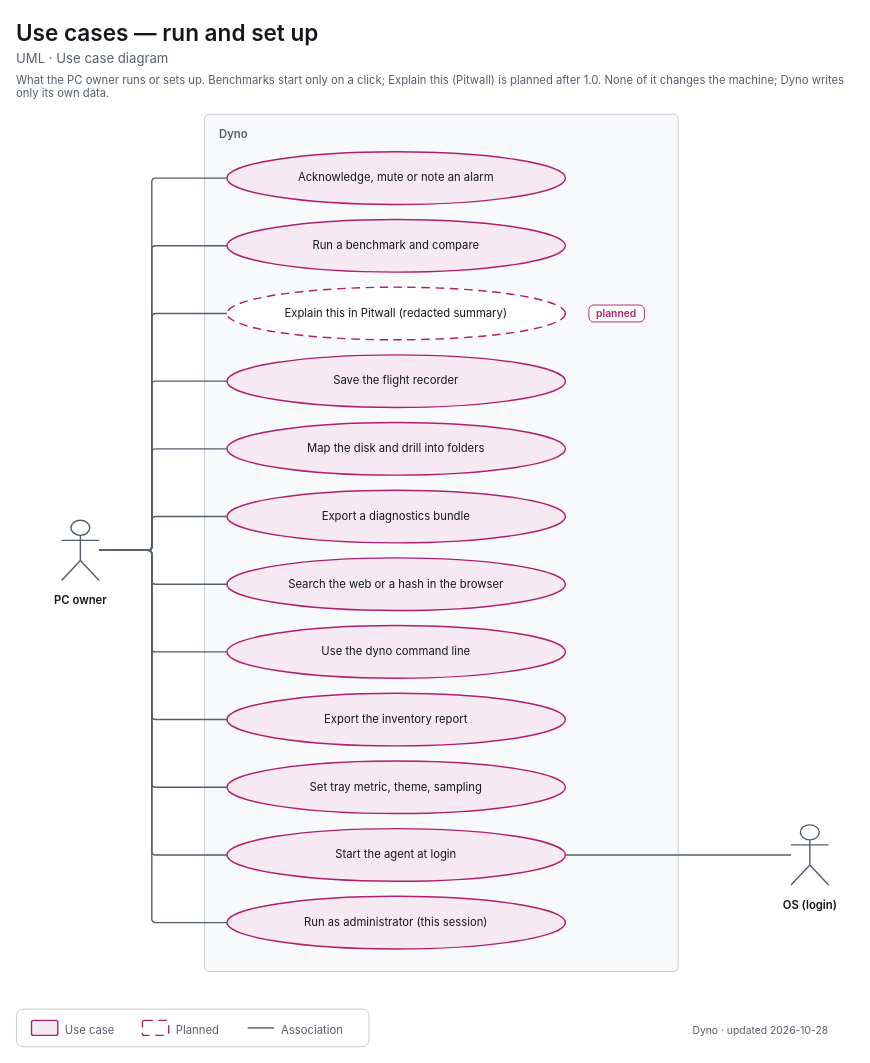
This is apps/dyno/diagrams/uml-use-cases-setup.drawio from decryp7/paddock, a draw.io file, before an edit. Source tidied: cells renumbered, new cells numbered last; positions are measured from the earlier drawing's top-left corner, leaving out a move shared by most shapes. Both pictures are drawn from the tidied source at 94%, with x=0, y=0 at pixel (16, 16).
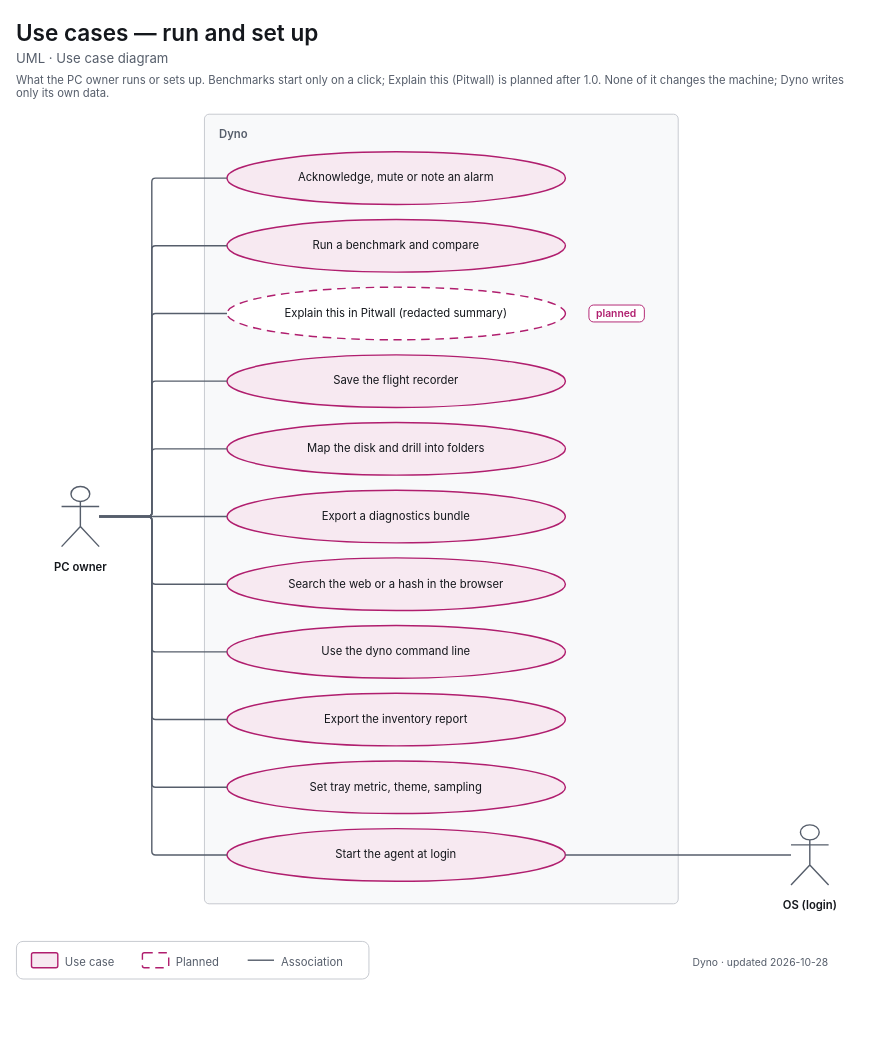
The same page after the edit.

The change refers to these unchanged cells:
```xml
<mxCell id="6" value="&lt;span style=&quot;font-size:12px&quot;&gt;Acknowledge, mute or note an alarm&lt;/span&gt;" style="html=1;whiteSpace=wrap;fontFamily=-apple-system,BlinkMacSystemFont,Segoe UI,system-ui,sans-serif;fontSize=12;fontColor=light-dark(#14171C,#ECEEF1);ellipse;strokeWidth=1.5;strokeColor=light-dark(#B01E6E,#F063A8);fillColor=light-dark(#F7E9F1,#382332);align=center;verticalAlign=middle;spacingLeft=28;spacingRight=28;" parent="1" vertex="1">
  <mxGeometry x="224" y="144" width="360" height="56" as="geometry" />
</mxCell>
<mxCell id="7" value="&lt;span style=&quot;font-size:12px&quot;&gt;Run a benchmark and compare&lt;/span&gt;" style="html=1;whiteSpace=wrap;fontFamily=-apple-system,BlinkMacSystemFont,Segoe UI,system-ui,sans-serif;fontSize=12;fontColor=light-dark(#14171C,#ECEEF1);ellipse;strokeWidth=1.5;strokeColor=light-dark(#B01E6E,#F063A8);fillColor=light-dark(#F7E9F1,#382332);align=center;verticalAlign=middle;spacingLeft=28;spacingRight=28;" parent="1" vertex="1">
  <mxGeometry x="224" y="216" width="360" height="56" as="geometry" />
</mxCell>
<mxCell id="8" value="&lt;span style=&quot;font-size:12px&quot;&gt;Explain this in Pitwall (redacted summary)&lt;/span&gt;" style="html=1;whiteSpace=wrap;fontFamily=-apple-system,BlinkMacSystemFont,Segoe UI,system-ui,sans-serif;fontSize=12;fontColor=light-dark(#14171C,#ECEEF1);ellipse;strokeWidth=1.5;strokeColor=light-dark(#B01E6E,#F063A8);fillColor=light-dark(#FFFFFF,#15171B);dashed=1;dashPattern=6 4;align=center;verticalAlign=middle;spacingLeft=28;spacingRight=28;" parent="1" vertex="1">
  <mxGeometry x="224" y="288" width="360" height="56" as="geometry" />
</mxCell>
<mxCell id="10" value="&lt;span style=&quot;font-size:12px&quot;&gt;Save the flight recorder&lt;/span&gt;" style="html=1;whiteSpace=wrap;fontFamily=-apple-system,BlinkMacSystemFont,Segoe UI,system-ui,sans-serif;fontSize=12;fontColor=light-dark(#14171C,#ECEEF1);ellipse;strokeWidth=1.5;strokeColor=light-dark(#B01E6E,#F063A8);fillColor=light-dark(#F7E9F1,#382332);align=center;verticalAlign=middle;spacingLeft=28;spacingRight=28;" parent="1" vertex="1">
  <mxGeometry x="224" y="360" width="360" height="56" as="geometry" />
</mxCell>
<mxCell id="11" value="&lt;span style=&quot;font-size:12px&quot;&gt;Map the disk and drill into folders&lt;/span&gt;" style="html=1;whiteSpace=wrap;fontFamily=-apple-system,BlinkMacSystemFont,Segoe UI,system-ui,sans-serif;fontSize=12;fontColor=light-dark(#14171C,#ECEEF1);ellipse;strokeWidth=1.5;strokeColor=light-dark(#B01E6E,#F063A8);fillColor=light-dark(#F7E9F1,#382332);align=center;verticalAlign=middle;spacingLeft=28;spacingRight=28;" parent="1" vertex="1">
  <mxGeometry x="224" y="432" width="360" height="56" as="geometry" />
</mxCell>
<mxCell id="12" value="&lt;span style=&quot;font-size:12px&quot;&gt;Export a diagnostics bundle&lt;/span&gt;" style="html=1;whiteSpace=wrap;fontFamily=-apple-system,BlinkMacSystemFont,Segoe UI,system-ui,sans-serif;fontSize=12;fontColor=light-dark(#14171C,#ECEEF1);ellipse;strokeWidth=1.5;strokeColor=light-dark(#B01E6E,#F063A8);fillColor=light-dark(#F7E9F1,#382332);align=center;verticalAlign=middle;spacingLeft=28;spacingRight=28;" parent="1" vertex="1">
  <mxGeometry x="224" y="504" width="360" height="56" as="geometry" />
</mxCell>
<mxCell id="13" value="&lt;span style=&quot;font-size:12px&quot;&gt;Search the web or a hash in the browser&lt;/span&gt;" style="html=1;whiteSpace=wrap;fontFamily=-apple-system,BlinkMacSystemFont,Segoe UI,system-ui,sans-serif;fontSize=12;fontColor=light-dark(#14171C,#ECEEF1);ellipse;strokeWidth=1.5;strokeColor=light-dark(#B01E6E,#F063A8);fillColor=light-dark(#F7E9F1,#382332);align=center;verticalAlign=middle;spacingLeft=28;spacingRight=28;" parent="1" vertex="1">
  <mxGeometry x="224" y="576" width="360" height="56" as="geometry" />
</mxCell>
<mxCell id="14" value="&lt;span style=&quot;font-size:12px&quot;&gt;Use the dyno command line&lt;/span&gt;" style="html=1;whiteSpace=wrap;fontFamily=-apple-system,BlinkMacSystemFont,Segoe UI,system-ui,sans-serif;fontSize=12;fontColor=light-dark(#14171C,#ECEEF1);ellipse;strokeWidth=1.5;strokeColor=light-dark(#B01E6E,#F063A8);fillColor=light-dark(#F7E9F1,#382332);align=center;verticalAlign=middle;spacingLeft=28;spacingRight=28;" parent="1" vertex="1">
  <mxGeometry x="224" y="648" width="360" height="56" as="geometry" />
</mxCell>
<mxCell id="15" value="&lt;span style=&quot;font-size:12px&quot;&gt;Export the inventory report&lt;/span&gt;" style="html=1;whiteSpace=wrap;fontFamily=-apple-system,BlinkMacSystemFont,Segoe UI,system-ui,sans-serif;fontSize=12;fontColor=light-dark(#14171C,#ECEEF1);ellipse;strokeWidth=1.5;strokeColor=light-dark(#B01E6E,#F063A8);fillColor=light-dark(#F7E9F1,#382332);align=center;verticalAlign=middle;spacingLeft=28;spacingRight=28;" parent="1" vertex="1">
  <mxGeometry x="224" y="720" width="360" height="56" as="geometry" />
</mxCell>
<mxCell id="16" value="&lt;span style=&quot;font-size:12px&quot;&gt;Set tray metric, theme, sampling&lt;/span&gt;" style="html=1;whiteSpace=wrap;fontFamily=-apple-system,BlinkMacSystemFont,Segoe UI,system-ui,sans-serif;fontSize=12;fontColor=light-dark(#14171C,#ECEEF1);ellipse;strokeWidth=1.5;strokeColor=light-dark(#B01E6E,#F063A8);fillColor=light-dark(#F7E9F1,#382332);align=center;verticalAlign=middle;spacingLeft=28;spacingRight=28;" parent="1" vertex="1">
  <mxGeometry x="224" y="792" width="360" height="56" as="geometry" />
</mxCell>
<mxCell id="17" value="&lt;span style=&quot;font-size:12px&quot;&gt;Start the agent at login&lt;/span&gt;" style="html=1;whiteSpace=wrap;fontFamily=-apple-system,BlinkMacSystemFont,Segoe UI,system-ui,sans-serif;fontSize=12;fontColor=light-dark(#14171C,#ECEEF1);ellipse;strokeWidth=1.5;strokeColor=light-dark(#B01E6E,#F063A8);fillColor=light-dark(#F7E9F1,#382332);align=center;verticalAlign=middle;spacingLeft=28;spacingRight=28;" parent="1" vertex="1">
  <mxGeometry x="224" y="864" width="360" height="56" as="geometry" />
</mxCell>
```

Change to the diagram source:
```diff
@@
     <mxCell id="5" value="&lt;span style=&quot;font-size:12px;font-weight:600&quot;&gt;Dyno&lt;/span&gt;" style="html=1;whiteSpace=wrap;fontFamily=-apple-system,BlinkMacSystemFont,Segoe UI,system-ui,sans-serif;fontSize=12;fontColor=light-dark(#14171C,#ECEEF1);rounded=1;absoluteArcSize=1;arcSize=10;strokeWidth=1;strokeColor=light-dark(#C4C7CD,#353A42);fillColor=light-dark(#F8F9FA,#121418);align=left;verticalAlign=top;spacingLeft=14;spacingTop=8;fontColor=light-dark(#565E6B,#A0A7B2);" parent="1" vertex="1">
-      <mxGeometry x="200" y="104" width="504" height="912" as="geometry" />
+      <mxGeometry x="200" y="104" width="504" height="840" as="geometry" />
     </mxCell>
@@
-    <mxCell id="18" value="&lt;span style=&quot;font-size:12px&quot;&gt;Run as administrator (this session)&lt;/span&gt;" style="html=1;whiteSpace=wrap;fontFamily=-apple-system,BlinkMacSystemFont,Segoe UI,system-ui,sans-serif;fontSize=12;fontColor=light-dark(#14171C,#ECEEF1);ellipse;strokeWidth=1.5;strokeColor=light-dark(#B01E6E,#F063A8);fillColor=light-dark(#F7E9F1,#382332);align=center;verticalAlign=middle;spacingLeft=28;spacingRight=28;" parent="1" vertex="1">
-      <mxGeometry x="224" y="936" width="360" height="56" as="geometry" />
-    </mxCell>
     <mxCell id="19" value="&lt;span style=&quot;font-size:12px;font-weight:600&quot;&gt;PC owner&lt;/span&gt;" style="html=1;whiteSpace=wrap;fontFamily=-apple-system,BlinkMacSystemFont,Segoe UI,system-ui,sans-serif;fontSize=12;fontColor=light-dark(#14171C,#ECEEF1);shape=umlActor;verticalLabelPosition=bottom;verticalAlign=top;spacingTop=8;strokeWidth=1.5;strokeColor=light-dark(#565E6B,#A0A7B2);fillColor=none;whiteSpace=nowrap;" parent="1" vertex="1">
-      <mxGeometry x="48" y="536" width="40" height="64" as="geometry" />
+      <mxGeometry x="48" y="500" width="40" height="64" as="geometry" />
     </mxCell>
     <mxCell id="20" style="edgeStyle=orthogonalEdgeStyle;rounded=1;arcSize=8;jettySize=auto;html=1;strokeWidth=1.5;strokeColor=light-dark(#565E6B,#A0A7B2);endArrow=none;endFill=0;endSize=6;startArrow=none;startFill=0;startSize=8;exitX=1.0000;exitY=0.5000;exitDx=0;exitDy=0;exitPerimeter=0;entryX=0.0000;entryY=0.5000;entryDx=0;entryDy=0;entryPerimeter=0;" parent="1" edge="1" source="19" target="6">
       <mxGeometry relative="1" as="geometry">
         <Array as="points">
-          <mxPoint x="144" y="568" />
+          <mxPoint x="144" y="532" />
           <mxPoint x="144" y="172" />
         </Array>
       </mxGeometry>
     </mxCell>
     <mxCell id="21" style="edgeStyle=orthogonalEdgeStyle;rounded=1;arcSize=8;jettySize=auto;html=1;strokeWidth=1.5;strokeColor=light-dark(#565E6B,#A0A7B2);endArrow=none;endFill=0;endSize=6;startArrow=none;startFill=0;startSize=8;exitX=1.0000;exitY=0.5000;exitDx=0;exitDy=0;exitPerimeter=0;entryX=0.0000;entryY=0.5000;entryDx=0;entryDy=0;entryPerimeter=0;" parent="1" edge="1" source="19" target="7">
       <mxGeometry relative="1" as="geometry">
         <Array as="points">
-          <mxPoint x="144" y="568" />
+          <mxPoint x="144" y="532" />
           <mxPoint x="144" y="244" />
         </Array>
       </mxGeometry>
     </mxCell>
     <mxCell id="22" style="edgeStyle=orthogonalEdgeStyle;rounded=1;arcSize=8;jettySize=auto;html=1;strokeWidth=1.5;strokeColor=light-dark(#565E6B,#A0A7B2);endArrow=none;endFill=0;endSize=6;startArrow=none;startFill=0;startSize=8;exitX=1.0000;exitY=0.5000;exitDx=0;exitDy=0;exitPerimeter=0;entryX=0.0000;entryY=0.5000;entryDx=0;entryDy=0;entryPerimeter=0;" parent="1" edge="1" source="19" target="8">
       <mxGeometry relative="1" as="geometry">
         <Array as="points">
-          <mxPoint x="144" y="568" />
+          <mxPoint x="144" y="532" />
           <mxPoint x="144" y="316" />
         </Array>
       </mxGeometry>
     </mxCell>
     <mxCell id="23" style="edgeStyle=orthogonalEdgeStyle;rounded=1;arcSize=8;jettySize=auto;html=1;strokeWidth=1.5;strokeColor=light-dark(#565E6B,#A0A7B2);endArrow=none;endFill=0;endSize=6;startArrow=none;startFill=0;startSize=8;exitX=1.0000;exitY=0.5000;exitDx=0;exitDy=0;exitPerimeter=0;entryX=0.0000;entryY=0.5000;entryDx=0;entryDy=0;entryPerimeter=0;" parent="1" edge="1" source="19" target="10">
       <mxGeometry relative="1" as="geometry">
         <Array as="points">
-          <mxPoint x="144" y="568" />
+          <mxPoint x="144" y="532" />
           <mxPoint x="144" y="388" />
         </Array>
       </mxGeometry>
     </mxCell>
     <mxCell id="24" style="edgeStyle=orthogonalEdgeStyle;rounded=1;arcSize=8;jettySize=auto;html=1;strokeWidth=1.5;strokeColor=light-dark(#565E6B,#A0A7B2);endArrow=none;endFill=0;endSize=6;startArrow=none;startFill=0;startSize=8;exitX=1.0000;exitY=0.5000;exitDx=0;exitDy=0;exitPerimeter=0;entryX=0.0000;entryY=0.5000;entryDx=0;entryDy=0;entryPerimeter=0;" parent="1" edge="1" source="19" target="11">
       <mxGeometry relative="1" as="geometry">
         <Array as="points">
-          <mxPoint x="144" y="568" />
+          <mxPoint x="144" y="532" />
           <mxPoint x="144" y="460" />
         </Array>
       </mxGeometry>
     </mxCell>
     <mxCell id="25" style="edgeStyle=orthogonalEdgeStyle;rounded=1;arcSize=8;jettySize=auto;html=1;strokeWidth=1.5;strokeColor=light-dark(#565E6B,#A0A7B2);endArrow=none;endFill=0;endSize=6;startArrow=none;startFill=0;startSize=8;exitX=1.0000;exitY=0.5000;exitDx=0;exitDy=0;exitPerimeter=0;entryX=0.0000;entryY=0.5000;entryDx=0;entryDy=0;entryPerimeter=0;" parent="1" edge="1" source="19" target="12">
-      <mxGeometry relative="1" as="geometry">
-        <Array as="points">
-          <mxPoint x="144" y="568" />
-          <mxPoint x="144" y="532" />
-        </Array>
-      </mxGeometry>
+      <mxGeometry relative="1" as="geometry" />
     </mxCell>
     <mxCell id="26" style="edgeStyle=orthogonalEdgeStyle;rounded=1;arcSize=8;jettySize=auto;html=1;strokeWidth=1.5;strokeColor=light-dark(#565E6B,#A0A7B2);endArrow=none;endFill=0;endSize=6;startArrow=none;startFill=0;startSize=8;exitX=1.0000;exitY=0.5000;exitDx=0;exitDy=0;exitPerimeter=0;entryX=0.0000;entryY=0.5000;entryDx=0;entryDy=0;entryPerimeter=0;" parent="1" edge="1" source="19" target="13">
       <mxGeometry relative="1" as="geometry">
         <Array as="points">
-          <mxPoint x="144" y="568" />
+          <mxPoint x="144" y="532" />
           <mxPoint x="144" y="604" />
         </Array>
       </mxGeometry>
     </mxCell>
     <mxCell id="27" style="edgeStyle=orthogonalEdgeStyle;rounded=1;arcSize=8;jettySize=auto;html=1;strokeWidth=1.5;strokeColor=light-dark(#565E6B,#A0A7B2);endArrow=none;endFill=0;endSize=6;startArrow=none;startFill=0;startSize=8;exitX=1.0000;exitY=0.5000;exitDx=0;exitDy=0;exitPerimeter=0;entryX=0.0000;entryY=0.5000;entryDx=0;entryDy=0;entryPerimeter=0;" parent="1" edge="1" source="19" target="14">
       <mxGeometry relative="1" as="geometry">
         <Array as="points">
-          <mxPoint x="144" y="568" />
+          <mxPoint x="144" y="532" />
           <mxPoint x="144" y="676" />
         </Array>
       </mxGeometry>
     </mxCell>
     <mxCell id="28" style="edgeStyle=orthogonalEdgeStyle;rounded=1;arcSize=8;jettySize=auto;html=1;strokeWidth=1.5;strokeColor=light-dark(#565E6B,#A0A7B2);endArrow=none;endFill=0;endSize=6;startArrow=none;startFill=0;startSize=8;exitX=1.0000;exitY=0.5000;exitDx=0;exitDy=0;exitPerimeter=0;entryX=0.0000;entryY=0.5000;entryDx=0;entryDy=0;entryPerimeter=0;" parent="1" edge="1" source="19" target="15">
       <mxGeometry relative="1" as="geometry">
         <Array as="points">
-          <mxPoint x="144" y="568" />
+          <mxPoint x="144" y="532" />
           <mxPoint x="144" y="748" />
         </Array>
       </mxGeometry>
     </mxCell>
     <mxCell id="29" style="edgeStyle=orthogonalEdgeStyle;rounded=1;arcSize=8;jettySize=auto;html=1;strokeWidth=1.5;strokeColor=light-dark(#565E6B,#A0A7B2);endArrow=none;endFill=0;endSize=6;startArrow=none;startFill=0;startSize=8;exitX=1.0000;exitY=0.5000;exitDx=0;exitDy=0;exitPerimeter=0;entryX=0.0000;entryY=0.5000;entryDx=0;entryDy=0;entryPerimeter=0;" parent="1" edge="1" source="19" target="16">
       <mxGeometry relative="1" as="geometry">
         <Array as="points">
-          <mxPoint x="144" y="568" />
+          <mxPoint x="144" y="532" />
           <mxPoint x="144" y="820" />
         </Array>
       </mxGeometry>
     </mxCell>
     <mxCell id="30" style="edgeStyle=orthogonalEdgeStyle;rounded=1;arcSize=8;jettySize=auto;html=1;strokeWidth=1.5;strokeColor=light-dark(#565E6B,#A0A7B2);endArrow=none;endFill=0;endSize=6;startArrow=none;startFill=0;startSize=8;exitX=1.0000;exitY=0.5000;exitDx=0;exitDy=0;exitPerimeter=0;entryX=0.0000;entryY=0.5000;entryDx=0;entryDy=0;entryPerimeter=0;" parent="1" edge="1" source="19" target="17">
       <mxGeometry relative="1" as="geometry">
         <Array as="points">
-          <mxPoint x="144" y="568" />
+          <mxPoint x="144" y="532" />
           <mxPoint x="144" y="892" />
         </Array>
       </mxGeometry>
     </mxCell>
+    <mxCell id="32" value="&lt;span style=&quot;font-size:12px;font-weight:600&quot;&gt;OS (login)&lt;/span&gt;" style="html=1;whiteSpace=wrap;fontFamily=-apple-system,BlinkMacSystemFont,Segoe UI,system-ui,sans-serif;fontSize=12;fontColor=light-dark(#14171C,#ECEEF1);shape=umlActor;verticalLabelPosition=bottom;verticalAlign=top;spacingTop=8;strokeWidth=1.5;strokeColor=light-dark(#565E6B,#A0A7B2);fillColor=none;whiteSpace=nowrap;" parent="1" vertex="1">
+      <mxGeometry x="824" y="860" width="40" height="64" as="geometry" />
+    </mxCell>
-    <mxCell id="31" style="edgeStyle=orthogonalEdgeStyle;rounded=1;arcSize=8;jettySize=auto;html=1;strokeWidth=1.5;strokeColor=light-dark(#565E6B,#A0A7B2);endArrow=none;endFill=0;endSize=6;startArrow=none;startFill=0;startSize=8;exitX=1.0000;exitY=0.5000;exitDx=0;exitDy=0;exitPerimeter=0;entryX=0.0000;entryY=0.5000;entryDx=0;entryDy=0;entryPerimeter=0;" parent="1" edge="1" source="19" target="18">
-      <mxGeometry relative="1" as="geometry">
-        <Array as="points">
-          <mxPoint x="144" y="568" />
-          <mxPoint x="144" y="964" />
-        </Array>
-      </mxGeometry>
+    <mxCell id="31" style="edgeStyle=orthogonalEdgeStyle;rounded=1;arcSize=8;jettySize=auto;html=1;strokeWidth=1.5;strokeColor=light-dark(#565E6B,#A0A7B2);endArrow=none;endFill=0;endSize=6;startArrow=none;startFill=0;startSize=8;exitX=0.0000;exitY=0.5000;exitDx=0;exitDy=0;exitPerimeter=0;entryX=1.0000;entryY=0.5000;entryDx=0;entryDy=0;entryPerimeter=0;" parent="1" edge="1" source="32" target="17">
+      <mxGeometry relative="1" as="geometry" />
     </mxCell>
-    <mxCell id="32" value="&lt;span style=&quot;font-size:12px;font-weight:600&quot;&gt;OS (login)&lt;/span&gt;" style="html=1;whiteSpace=wrap;fontFamily=-apple-system,BlinkMacSystemFont,Segoe UI,system-ui,sans-serif;fontSize=12;fontColor=light-dark(#14171C,#ECEEF1);shape=umlActor;verticalLabelPosition=bottom;verticalAlign=top;spacingTop=8;strokeWidth=1.5;strokeColor=light-dark(#565E6B,#A0A7B2);fillColor=none;whiteSpace=nowrap;" parent="1" vertex="1">
-      <mxGeometry x="824" y="860" width="40" height="64" as="geometry" />
-    </mxCell>
+    <mxCell id="34" style="rounded=1;absoluteArcSize=1;arcSize=14;strokeWidth=1;strokeColor=light-dark(#C4C7CD,#353A42);fillColor=none;" parent="1" vertex="1">
+      <mxGeometry y="984" width="375" height="40" as="geometry" />
+    </mxCell>
-    <mxCell id="33" style="edgeStyle=orthogonalEdgeStyle;rounded=1;arcSize=8;jettySize=auto;html=1;strokeWidth=1.5;strokeColor=light-dark(#565E6B,#A0A7B2);endArrow=none;endFill=0;endSize=6;startArrow=none;startFill=0;startSize=8;exitX=0.0000;exitY=0.5000;exitDx=0;exitDy=0;exitPerimeter=0;entryX=1.0000;entryY=0.5000;entryDx=0;entryDy=0;entryPerimeter=0;" parent="1" edge="1" source="32" target="17">
-      <mxGeometry relative="1" as="geometry" />
+    <mxCell id="33" style="rounded=1;absoluteArcSize=1;arcSize=4;strokeWidth=1.5;strokeColor=light-dark(#B01E6E,#F063A8);fillColor=light-dark(#F7E9F1,#382332);" parent="1" vertex="1">
+      <mxGeometry x="16" y="996" width="28" height="16" as="geometry" />
     </mxCell>
-    <mxCell id="34" style="rounded=1;absoluteArcSize=1;arcSize=14;strokeWidth=1;strokeColor=light-dark(#C4C7CD,#353A42);fillColor=none;" parent="1" vertex="1">
-      <mxGeometry y="1056" width="375" height="40" as="geometry" />
-    </mxCell>
-    <mxCell id="35" style="rounded=1;absoluteArcSize=1;arcSize=4;strokeWidth=1.5;strokeColor=light-dark(#B01E6E,#F063A8);fillColor=light-dark(#F7E9F1,#382332);" parent="1" vertex="1">
-      <mxGeometry x="16" y="1068" width="28" height="16" as="geometry" />
+    <mxCell id="35" value="&lt;span style=&quot;font-size:12px;font-weight:400&quot;&gt;Use case&lt;/span&gt;" style="html=1;whiteSpace=wrap;fontFamily=-apple-system,BlinkMacSystemFont,Segoe UI,system-ui,sans-serif;fontSize=12;fontColor=light-dark(#14171C,#ECEEF1);text;strokeColor=none;fillColor=none;align=left;verticalAlign=top;spacing=0;fontColor=light-dark(#565E6B,#A0A7B2);" parent="1" vertex="1">
+      <mxGeometry x="52" y="995" width="58" height="18" as="geometry" />
     </mxCell>
-    <mxCell id="36" value="&lt;span style=&quot;font-size:12px;font-weight:400&quot;&gt;Use case&lt;/span&gt;" style="html=1;whiteSpace=wrap;fontFamily=-apple-system,BlinkMacSystemFont,Segoe UI,system-ui,sans-serif;fontSize=12;fontColor=light-dark(#14171C,#ECEEF1);text;strokeColor=none;fillColor=none;align=left;verticalAlign=top;spacing=0;fontColor=light-dark(#565E6B,#A0A7B2);" parent="1" vertex="1">
-      <mxGeometry x="52" y="1067" width="58" height="18" as="geometry" />
+    <mxCell id="36" style="rounded=1;absoluteArcSize=1;arcSize=4;strokeWidth=1.5;strokeColor=light-dark(#B01E6E,#F063A8);fillColor=light-dark(#FFFFFF,#15171B);dashed=1;dashPattern=6 4;" parent="1" vertex="1">
+      <mxGeometry x="134" y="996" width="28" height="16" as="geometry" />
     </mxCell>
-    <mxCell id="37" style="rounded=1;absoluteArcSize=1;arcSize=4;strokeWidth=1.5;strokeColor=light-dark(#B01E6E,#F063A8);fillColor=light-dark(#FFFFFF,#15171B);dashed=1;dashPattern=6 4;" parent="1" vertex="1">
-      <mxGeometry x="134" y="1068" width="28" height="16" as="geometry" />
+    <mxCell id="37" value="&lt;span style=&quot;font-size:12px;font-weight:400&quot;&gt;Planned&lt;/span&gt;" style="html=1;whiteSpace=wrap;fontFamily=-apple-system,BlinkMacSystemFont,Segoe UI,system-ui,sans-serif;fontSize=12;fontColor=light-dark(#14171C,#ECEEF1);text;strokeColor=none;fillColor=none;align=left;verticalAlign=top;spacing=0;fontColor=light-dark(#565E6B,#A0A7B2);" parent="1" vertex="1">
+      <mxGeometry x="170" y="995" width="52" height="18" as="geometry" />
     </mxCell>
-    <mxCell id="38" value="&lt;span style=&quot;font-size:12px;font-weight:400&quot;&gt;Planned&lt;/span&gt;" style="html=1;whiteSpace=wrap;fontFamily=-apple-system,BlinkMacSystemFont,Segoe UI,system-ui,sans-serif;fontSize=12;fontColor=light-dark(#14171C,#ECEEF1);text;strokeColor=none;fillColor=none;align=left;verticalAlign=top;spacing=0;fontColor=light-dark(#565E6B,#A0A7B2);" parent="1" vertex="1">
-      <mxGeometry x="170" y="1067" width="52" height="18" as="geometry" />
+    <mxCell id="38" style="edgeStyle=none;rounded=1;html=1;strokeWidth=1.5;strokeColor=light-dark(#565E6B,#A0A7B2);endArrow=none;endFill=0;endSize=6;" parent="1" edge="1">
+      <mxGeometry relative="1" as="geometry">
+        <mxPoint x="246" y="1004" as="sourcePoint" />
+        <mxPoint x="274" y="1004" as="targetPoint" />
+      </mxGeometry>
     </mxCell>
-    <mxCell id="39" style="edgeStyle=none;rounded=1;html=1;strokeWidth=1.5;strokeColor=light-dark(#565E6B,#A0A7B2);endArrow=none;endFill=0;endSize=6;" parent="1" edge="1">
-      <mxGeometry relative="1" as="geometry">
-        <mxPoint x="246" y="1076" as="sourcePoint" />
-        <mxPoint x="274" y="1076" as="targetPoint" />
-      </mxGeometry>
+    <mxCell id="39" value="&lt;span style=&quot;font-size:12px;font-weight:400&quot;&gt;Association&lt;/span&gt;" style="html=1;whiteSpace=wrap;fontFamily=-apple-system,BlinkMacSystemFont,Segoe UI,system-ui,sans-serif;fontSize=12;fontColor=light-dark(#14171C,#ECEEF1);text;strokeColor=none;fillColor=none;align=left;verticalAlign=top;spacing=0;fontColor=light-dark(#565E6B,#A0A7B2);" parent="1" vertex="1">
+      <mxGeometry x="282" y="995" width="77" height="18" as="geometry" />
     </mxCell>
-    <mxCell id="40" value="&lt;span style=&quot;font-size:12px;font-weight:400&quot;&gt;Association&lt;/span&gt;" style="html=1;whiteSpace=wrap;fontFamily=-apple-system,BlinkMacSystemFont,Segoe UI,system-ui,sans-serif;fontSize=12;fontColor=light-dark(#14171C,#ECEEF1);text;strokeColor=none;fillColor=none;align=left;verticalAlign=top;spacing=0;fontColor=light-dark(#565E6B,#A0A7B2);" parent="1" vertex="1">
-      <mxGeometry x="282" y="1067" width="77" height="18" as="geometry" />
-    </mxCell>
     <mxCell id="41" value="&lt;span style=&quot;font-size:11px;font-weight:400&quot;&gt;Dyno · updated 2026-10-28&lt;/span&gt;" style="html=1;whiteSpace=wrap;fontFamily=-apple-system,BlinkMacSystemFont,Segoe UI,system-ui,sans-serif;fontSize=12;fontColor=light-dark(#14171C,#ECEEF1);text;strokeColor=none;fillColor=none;align=right;verticalAlign=top;spacing=0;fontColor=light-dark(#565E6B,#A0A7B2);" parent="1" vertex="1">
-      <mxGeometry x="504" y="1067" width="360" height="18" as="geometry" />
+      <mxGeometry x="504" y="995" width="360" height="18" as="geometry" />
     </mxCell>
```
